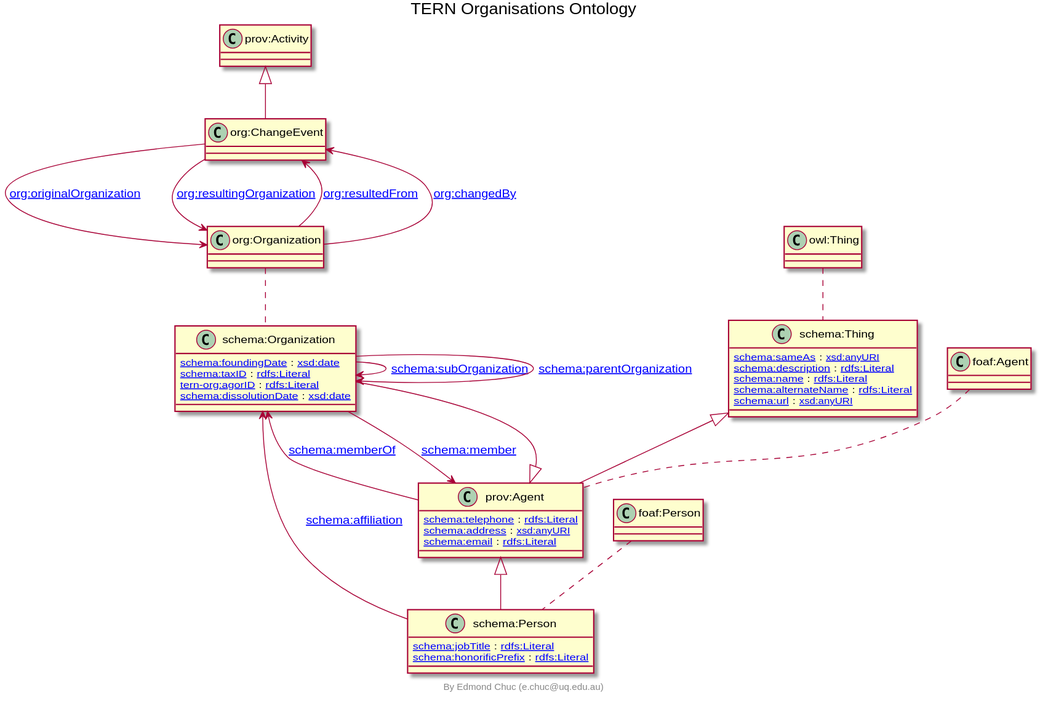
This is docs/tern-org.ttl.svg from ternaustralia/ontology_tern-org, a PlantUML export, as it was before one commit. Source of this version:
```plantuml
@startuml
title TERN Organisations Ontology
"prov:Activity" <|-- "org:ChangeEvent"
"prov:Agent" <|-- "schema:Person"
"prov:Agent" <|-- "schema:Organization"
"schema:Thing" <|-- "prov:Agent"
Class "org:ChangeEvent" [[http://www.w3.org/ns/org#ChangeEvent]] {
}
Class "schema:Thing" [[http://schema.org/Thing]] {
[[http://schema.org/sameAs schema:sameAs]] : [[http://www.w3.org/2001/XMLSchema#anyURI xsd:anyURI]]
[[http://schema.org/description schema:description]] : [[http://www.w3.org/2000/01/rdf-schema#Literal rdfs:Literal]]
[[http://schema.org/name schema:name]] : [[http://www.w3.org/2000/01/rdf-schema#Literal rdfs:Literal]]
[[http://schema.org/alternateName schema:alternateName]] : [[http://www.w3.org/2000/01/rdf-schema#Literal rdfs:Literal]]
[[http://schema.org/url schema:url]] : [[http://www.w3.org/2001/XMLSchema#anyURI xsd:anyURI]]
}
Class "schema:Person" [[http://schema.org/Person]] {
[[http://schema.org/jobTitle schema:jobTitle]] : [[http://www.w3.org/2000/01/rdf-schema#Literal rdfs:Literal]]
[[http://schema.org/honorificPrefix schema:honorificPrefix]] : [[http://www.w3.org/2000/01/rdf-schema#Literal rdfs:Literal]]
}
Class "schema:Organization" [[http://schema.org/Organization]] {
[[http://schema.org/foundingDate schema:foundingDate]] : [[http://www.w3.org/2001/XMLSchema#date xsd:date]]
[[http://schema.org/taxID schema:taxID]] : [[http://www.w3.org/2000/01/rdf-schema#Literal rdfs:Literal]]
[[https://w3id.org/tern/ontologies/org/agorID tern-org:agorID]] : [[http://www.w3.org/2000/01/rdf-schema#Literal rdfs:Literal]]
[[http://schema.org/dissolutionDate schema:dissolutionDate]] : [[http://www.w3.org/2001/XMLSchema#date xsd:date]]
}
Class "prov:Agent" [[http://www.w3.org/ns/prov#Agent]] {
[[http://schema.org/telephone schema:telephone]] : [[http://www.w3.org/2000/01/rdf-schema#Literal rdfs:Literal]]
[[http://schema.org/address schema:address]] : [[http://www.w3.org/2001/XMLSchema#anyURI xsd:anyURI]]
[[http://schema.org/email schema:email]] : [[http://www.w3.org/2000/01/rdf-schema#Literal rdfs:Literal]]
}
"prov:Agent" --> "schema:Organization" : "[[http://schema.org/memberOf schema:memberOf]]"
"schema:Organization" --> "prov:Agent" : "[[http://schema.org/member schema:member]]"
"org:ChangeEvent" --> "org:Organization" : "[[http://www.w3.org/ns/org#originalOrganization org:originalOrganization]]"
"org:ChangeEvent" --> "org:Organization" : "[[http://www.w3.org/ns/org#resultingOrganization org:resultingOrganization]]"
"org:Organization" --> "org:ChangeEvent" : "[[http://www.w3.org/ns/org#resultedFrom org:resultedFrom]]"
"schema:Organization" --> "schema:Organization" : "[[http://schema.org/subOrganization schema:subOrganization]]"
"org:Organization" --> "org:ChangeEvent" : "[[http://www.w3.org/ns/org#changedBy org:changedBy]]"
"schema:Person" --> "schema:Organization" : "[[http://schema.org/affiliation schema:affiliation]]"
"schema:Organization" --> "schema:Organization" : "[[http://schema.org/parentOrganization schema:parentOrganization]]"
"owl:Thing" .. "schema:Thing"
"foaf:Person" .. "schema:Person"
"org:Organization" .. "schema:Organization"
"foaf:Agent" .. "prov:Agent"
center footer By Edmond Chuc (e.chuc@uq.edu.au)
@enduml
```
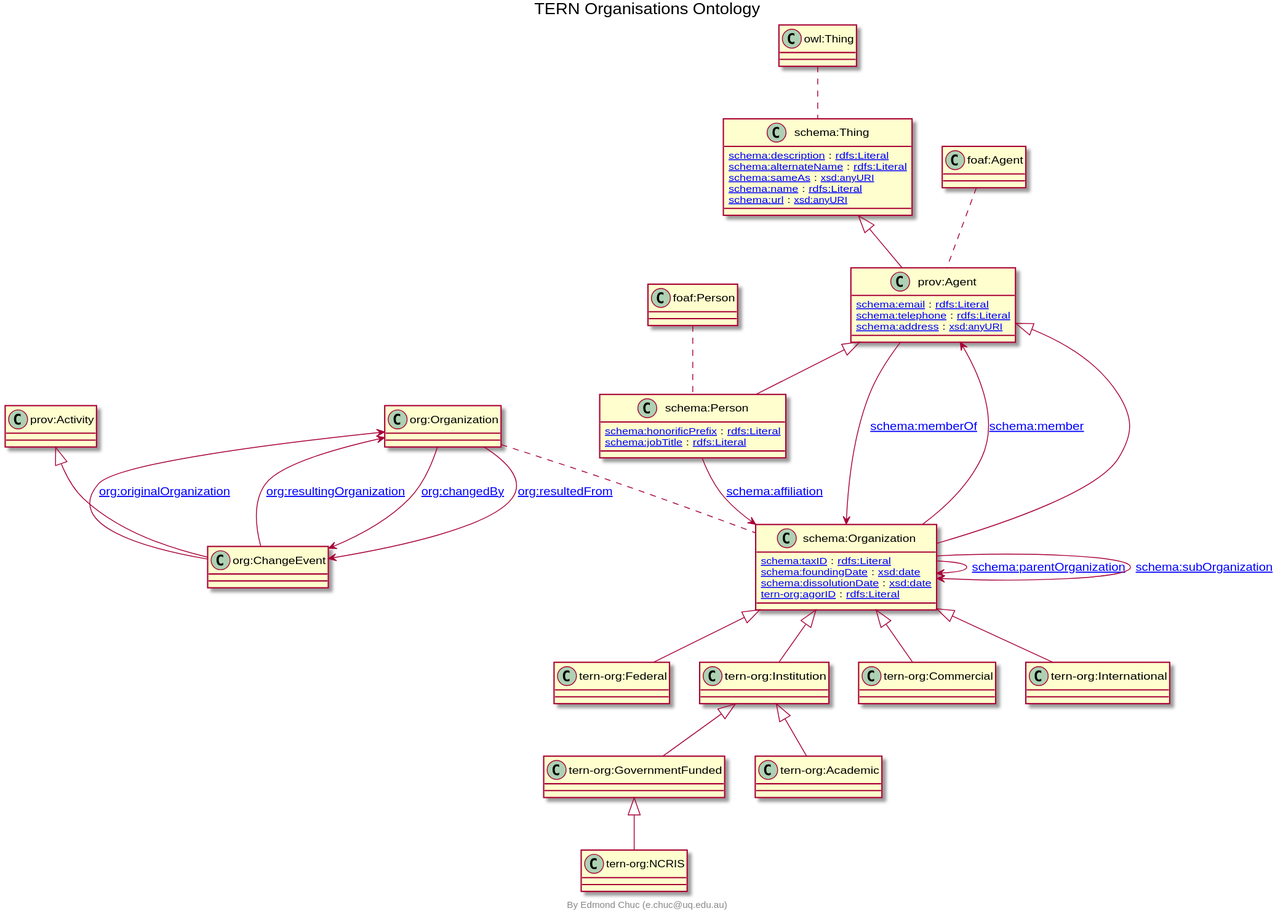
Later version of the same file.

What changed in the source:
```diff
@@ -1,44 +1,65 @@
 @startuml
 title TERN Organisations Ontology
-"prov:Activity" <|-- "org:ChangeEvent"
 "prov:Agent" <|-- "schema:Person"
+"schema:Organization" <|-- "tern-org:Federal"
+"tern-org:Institution" <|-- "tern-org:GovernmentFunded"
+"schema:Organization" <|-- "tern-org:Institution"
 "prov:Agent" <|-- "schema:Organization"
 "schema:Thing" <|-- "prov:Agent"
+"tern-org:Institution" <|-- "tern-org:Academic"
+"prov:Activity" <|-- "org:ChangeEvent"
+"tern-org:GovernmentFunded" <|-- "tern-org:NCRIS"
+"schema:Organization" <|-- "tern-org:Commercial"
+"schema:Organization" <|-- "tern-org:International"
+Class "schema:Person" [[http://schema.org/Person]] {
+[[http://schema.org/honorificPrefix schema:honorificPrefix]] : [[http://www.w3.org/2000/01/rdf-schema#Literal rdfs:Literal]]
+[[http://schema.org/jobTitle schema:jobTitle]] : [[http://www.w3.org/2000/01/rdf-schema#Literal rdfs:Literal]]
+}
+Class "tern-org:Federal" [[https://w3id.org/tern/ontologies/org/Federal]] {
+}
+Class "schema:Thing" [[http://schema.org/Thing]] {
+[[http://schema.org/description schema:description]] : [[http://www.w3.org/2000/01/rdf-schema#Literal rdfs:Literal]]
+[[http://schema.org/alternateName schema:alternateName]] : [[http://www.w3.org/2000/01/rdf-schema#Literal rdfs:Literal]]
+[[http://schema.org/sameAs schema:sameAs]] : [[http://www.w3.org/2001/XMLSchema#anyURI xsd:anyURI]]
+[[http://schema.org/name schema:name]] : [[http://www.w3.org/2000/01/rdf-schema#Literal rdfs:Literal]]
+[[http://schema.org/url schema:url]] : [[http://www.w3.org/2001/XMLSchema#anyURI xsd:anyURI]]
+}
+Class "tern-org:GovernmentFunded" [[https://w3id.org/tern/ontologies/org/GovernmentFunded]] {
+}
+Class "tern-org:Institution" [[https://w3id.org/tern/ontologies/org/Institution]] {
+}
+Class "schema:Organization" [[http://schema.org/Organization]] {
+[[http://schema.org/taxID schema:taxID]] : [[http://www.w3.org/2000/01/rdf-schema#Literal rdfs:Literal]]
+[[http://schema.org/foundingDate schema:foundingDate]] : [[http://www.w3.org/2001/XMLSchema#date xsd:date]]
+[[http://schema.org/dissolutionDate schema:dissolutionDate]] : [[http://www.w3.org/2001/XMLSchema#date xsd:date]]
+[[https://w3id.org/tern/ontologies/org/agorID tern-org:agorID]] : [[http://www.w3.org/2000/01/rdf-schema#Literal rdfs:Literal]]
+}
+Class "prov:Agent" [[http://www.w3.org/ns/prov#Agent]] {
+[[http://schema.org/email schema:email]] : [[http://www.w3.org/2000/01/rdf-schema#Literal rdfs:Literal]]
+[[http://schema.org/telephone schema:telephone]] : [[http://www.w3.org/2000/01/rdf-schema#Literal rdfs:Literal]]
+[[http://schema.org/address schema:address]] : [[http://www.w3.org/2001/XMLSchema#anyURI xsd:anyURI]]
+}
+Class "tern-org:Academic" [[https://w3id.org/tern/ontologies/org/Academic]] {
+}
 Class "org:ChangeEvent" [[http://www.w3.org/ns/org#ChangeEvent]] {
 }
-Class "schema:Thing" [[http://schema.org/Thing]] {
-[[http://schema.org/sameAs schema:sameAs]] : [[http://www.w3.org/2001/XMLSchema#anyURI xsd:anyURI]]
-[[http://schema.org/description schema:description]] : [[http://www.w3.org/2000/01/rdf-schema#Literal rdfs:Literal]]
-[[http://schema.org/name schema:name]] : [[http://www.w3.org/2000/01/rdf-schema#Literal rdfs:Literal]]
-[[http://schema.org/alternateName schema:alternateName]] : [[http://www.w3.org/2000/01/rdf-schema#Literal rdfs:Literal]]
-[[http://schema.org/url schema:url]] : [[http://www.w3.org/2001/XMLSchema#anyURI xsd:anyURI]]
+Class "tern-org:NCRIS" [[https://w3id.org/tern/ontologies/org/NCRIS]] {
 }
-Class "schema:Person" [[http://schema.org/Person]] {
-[[http://schema.org/jobTitle schema:jobTitle]] : [[http://www.w3.org/2000/01/rdf-schema#Literal rdfs:Literal]]
-[[http://schema.org/honorificPrefix schema:honorificPrefix]] : [[http://www.w3.org/2000/01/rdf-schema#Literal rdfs:Literal]]
+Class "tern-org:Commercial" [[https://w3id.org/tern/ontologies/org/Commercial]] {
 }
-Class "schema:Organization" [[http://schema.org/Organization]] {
-[[http://schema.org/foundingDate schema:foundingDate]] : [[http://www.w3.org/2001/XMLSchema#date xsd:date]]
-[[http://schema.org/taxID schema:taxID]] : [[http://www.w3.org/2000/01/rdf-schema#Literal rdfs:Literal]]
-[[https://w3id.org/tern/ontologies/org/agorID tern-org:agorID]] : [[http://www.w3.org/2000/01/rdf-schema#Literal rdfs:Literal]]
-[[http://schema.org/dissolutionDate schema:dissolutionDate]] : [[http://www.w3.org/2001/XMLSchema#date xsd:date]]
+Class "tern-org:International" [[https://w3id.org/tern/ontologies/org/International]] {
 }
-Class "prov:Agent" [[http://www.w3.org/ns/prov#Agent]] {
-[[http://schema.org/telephone schema:telephone]] : [[http://www.w3.org/2000/01/rdf-schema#Literal rdfs:Literal]]
-[[http://schema.org/address schema:address]] : [[http://www.w3.org/2001/XMLSchema#anyURI xsd:anyURI]]
-[[http://schema.org/email schema:email]] : [[http://www.w3.org/2000/01/rdf-schema#Literal rdfs:Literal]]
-}
+"org:ChangeEvent" --> "org:Organization" : "[[http://www.w3.org/ns/org#originalOrganization org:originalOrganization]]"
+"schema:Organization" --> "schema:Organization" : "[[http://schema.org/parentOrganization schema:parentOrganization]]"
+"schema:Organization" --> "schema:Organization" : "[[http://schema.org/subOrganization schema:subOrganization]]"
 "prov:Agent" --> "schema:Organization" : "[[http://schema.org/memberOf schema:memberOf]]"
 "schema:Organization" --> "prov:Agent" : "[[http://schema.org/member schema:member]]"
-"org:ChangeEvent" --> "org:Organization" : "[[http://www.w3.org/ns/org#originalOrganization org:originalOrganization]]"
 "org:ChangeEvent" --> "org:Organization" : "[[http://www.w3.org/ns/org#resultingOrganization org:resultingOrganization]]"
-"org:Organization" --> "org:ChangeEvent" : "[[http://www.w3.org/ns/org#resultedFrom org:resultedFrom]]"
-"schema:Organization" --> "schema:Organization" : "[[http://schema.org/subOrganization schema:subOrganization]]"
 "org:Organization" --> "org:ChangeEvent" : "[[http://www.w3.org/ns/org#changedBy org:changedBy]]"
 "schema:Person" --> "schema:Organization" : "[[http://schema.org/affiliation schema:affiliation]]"
-"schema:Organization" --> "schema:Organization" : "[[http://schema.org/parentOrganization schema:parentOrganization]]"
+"org:Organization" --> "org:ChangeEvent" : "[[http://www.w3.org/ns/org#resultedFrom org:resultedFrom]]"
+"foaf:Person" .. "schema:Person"
 "owl:Thing" .. "schema:Thing"
-"foaf:Person" .. "schema:Person"
 "org:Organization" .. "schema:Organization"
 "foaf:Agent" .. "prov:Agent"
 center footer By Edmond Chuc (e.chuc@uq.edu.au)
```
